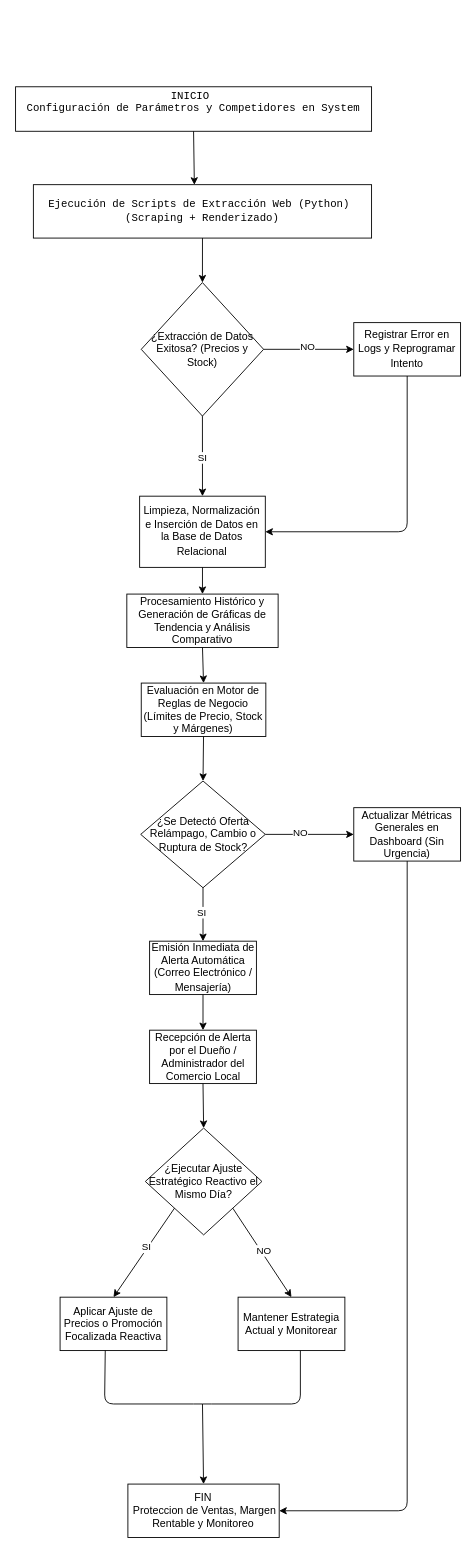
Above: empresa.dio in juan3042250019-pixel/4b_practice_RamirezRamosJuanFernando (draw.io), before the change. Source tidied: cells renumbered, new cells numbered last; positions are measured from the earlier drawing's top-left corner, leaving out a move shared by most shapes. Both pictures are drawn from the tidied source at 89%, with x=0, y=0 at pixel (15, 86).
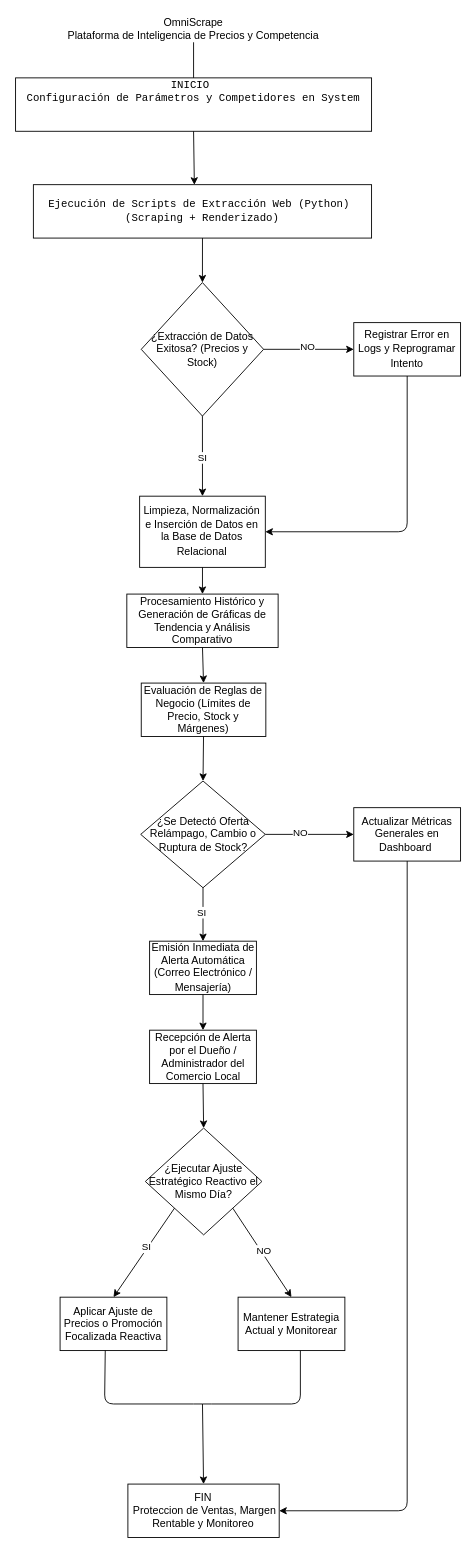
The same page after the edit.

What changed in the source:
```diff
@@
-    <mxCell id="2" value="&lt;pre&gt;&lt;code&gt;&lt;span style=&quot;background-color: rgb(255, 255, 255);&quot;&gt;                        INICIO                         &lt;br&gt;Configuración de Parámetros y Competidores en System&lt;br&gt;&lt;/span&gt;&lt;br&gt;&lt;/code&gt;&lt;/pre&gt;" style="rounded=0;whiteSpace=wrap;html=1;" parent="1" vertex="1">
-      <mxGeometry width="400" height="50" as="geometry" />
+    <mxCell id="2" value="&lt;pre&gt;&lt;code&gt;&lt;span style=&quot;background-color: rgb(255, 255, 255);&quot;&gt;                        INICIO                         &lt;br&gt;Configuración de Parámetros y Competidores en System&lt;br&gt;&lt;br&gt;&lt;/span&gt;&lt;br&gt;&lt;/code&gt;&lt;/pre&gt;" style="rounded=0;whiteSpace=wrap;html=1;" parent="1" vertex="1">
+      <mxGeometry y="-10" width="400" height="60" as="geometry" />
     </mxCell>
@@
-    <mxCell id="8" value="Evaluación en Motor de Reglas de Negocio (Límites de Precio, Stock y Márgenes)" style="rounded=0;whiteSpace=wrap;html=1;" parent="1" vertex="1">
+    <mxCell id="8" value="Evaluación de Reglas de Negocio (Límites de Precio, Stock y Márgenes)" style="rounded=0;whiteSpace=wrap;html=1;" parent="1" vertex="1">
       <mxGeometry x="141.2" y="670" width="140" height="60" as="geometry" />
     </mxCell>
@@
-    <mxCell id="10" value="Actualizar Métricas Generales en Dashboard (Sin Urgencia)" style="rounded=0;whiteSpace=wrap;html=1;" parent="1" vertex="1">
+    <mxCell id="10" value="Actualizar Métricas Generales en Dashboard&amp;nbsp;" style="rounded=0;whiteSpace=wrap;html=1;" parent="1" vertex="1">
       <mxGeometry x="380" y="810" width="120" height="60" as="geometry" />
     </mxCell>
@@
+    <mxCell id="40" value="OmniScrape&lt;div&gt;Plataforma de Inteligencia de Precios y Competencia&lt;/div&gt;" style="text;html=1;align=center;verticalAlign=middle;whiteSpace=wrap;rounded=0;" parent="1" vertex="1">
+      <mxGeometry x="45" y="-80" width="310" height="30" as="geometry" />
+    </mxCell>
+    <mxCell id="41" style="endArrow=none;html=1;exitX=0.5;exitY=1;exitDx=0;exitDy=0;entryX=0.5;entryY=0;entryDx=0;entryDy=0;" parent="1" edge="1" source="40" target="2">
+      <mxGeometry relative="1" as="geometry" />
+    </mxCell>
```
